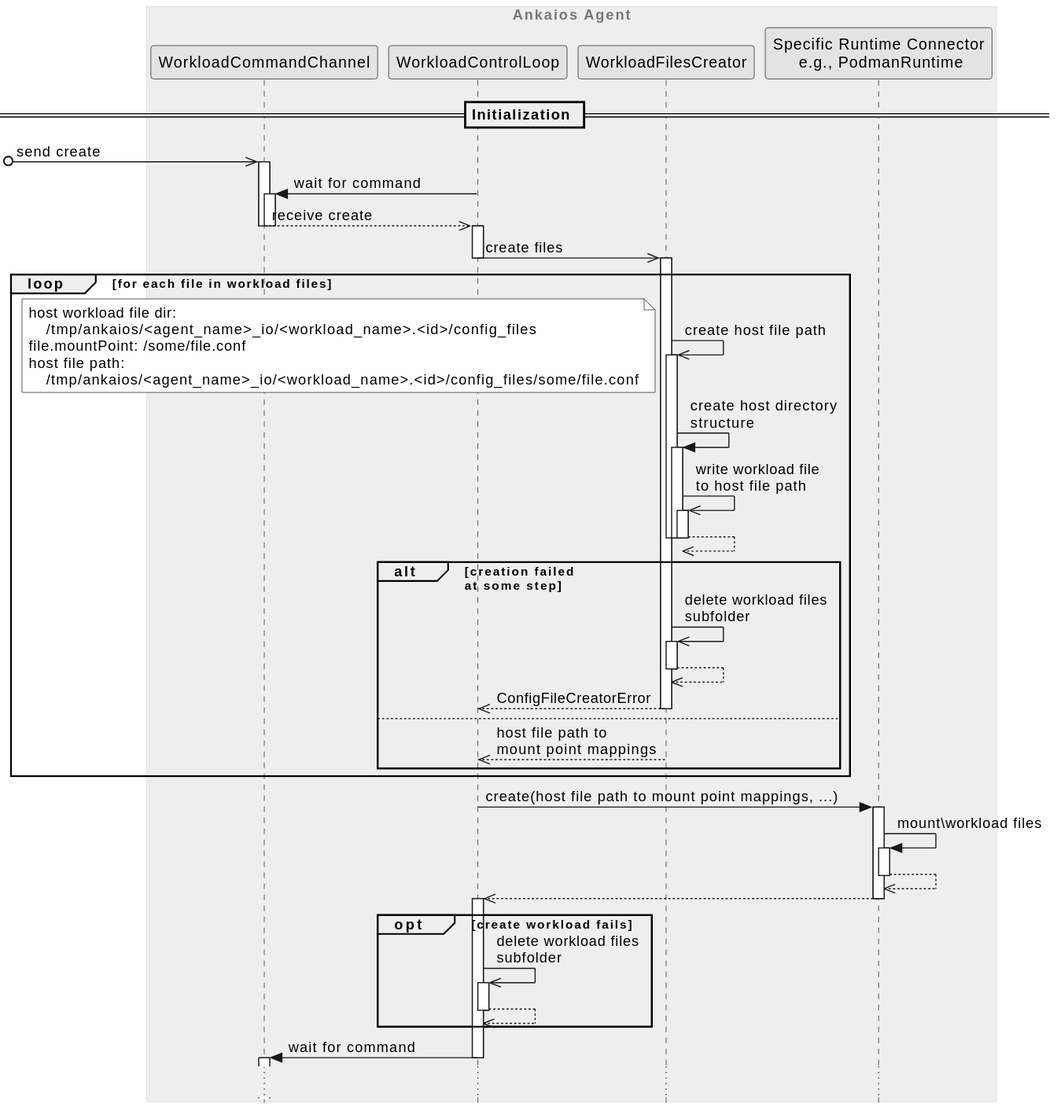
eclipse-ankaios/ankaios keeps this PlantUML diagram as agent/doc/swdesign/plantuml/seq_workload_files.svg. Above is the earlier version.
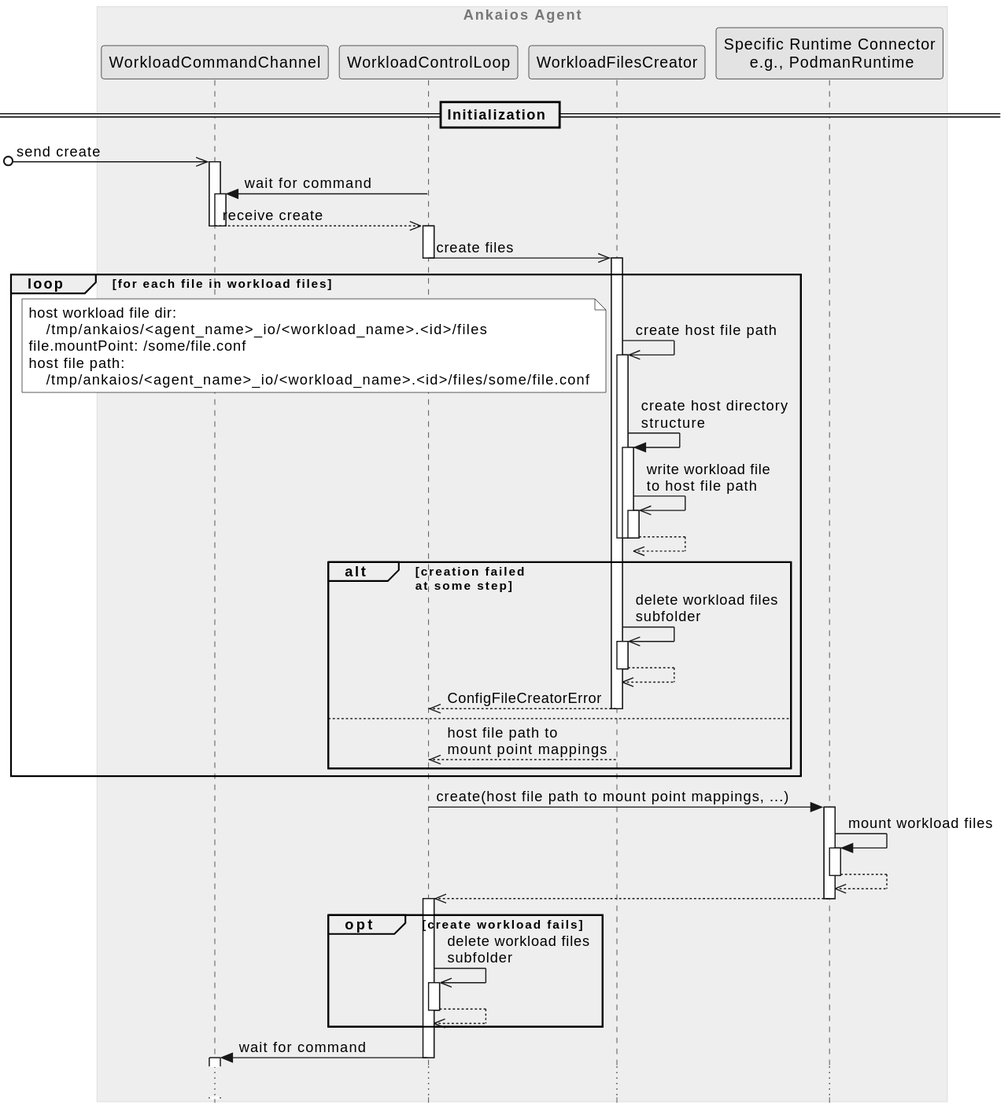
After the change.

Change to the diagram source:
```diff
@@ -4,7 +4,7 @@
 box "Ankaios Agent"
     participant "WorkloadCommandChannel" as workload_command
     participant "WorkloadControlLoop" as workload_control_loop
-    participant "WorkloadFilesCreator" as config_files_creator
+    participant "WorkloadFilesCreator" as workload_files_creator
     participant "Specific Runtime Connector\n e.g., PodmanRuntime" as runtime
 end box
 
@@ -13,31 +13,31 @@
 workload_control_loop -> workload_command++: wait for command
 workload_command -->> workload_control_loop --++: receive create
 deactivate workload_command
-workload_control_loop ->> config_files_creator --++: create files
+workload_control_loop ->> workload_files_creator --++: create files
 loop for each file in workload files
-    config_files_creator ->> config_files_creator++: create host file path
+    workload_files_creator ->> workload_files_creator++: create host file path
     note left
         host workload file dir:
-            /tmp/ankaios/<agent_name>_io/<workload_name>.<id>/config_files
+            /tmp/ankaios/<agent_name>_io/<workload_name>.<id>/files
         file.mountPoint: /some/file.conf
         host file path:
-            /tmp/ankaios/<agent_name>_io/<workload_name>.<id>/config_files/some/file.conf
+            /tmp/ankaios/<agent_name>_io/<workload_name>.<id>/files/some/file.conf
     end note
-    config_files_creator -> config_files_creator++: create host directory\nstructure
-    config_files_creator ->> config_files_creator++: write workload file\nto host file path
-    config_files_creator -->> config_files_creator--
-    deactivate config_files_creator
-    deactivate config_files_creator
+    workload_files_creator -> workload_files_creator++: create host directory\nstructure
+    workload_files_creator ->> workload_files_creator++: write workload file\nto host file path
+    workload_files_creator -->> workload_files_creator--
+    deactivate workload_files_creator
+    deactivate workload_files_creator
     alt creation failed\nat some step
-        config_files_creator ->> config_files_creator++: delete workload files\nsubfolder
-        config_files_creator -->> config_files_creator--
-        config_files_creator -->> workload_control_loop--: ConfigFileCreatorError
+        workload_files_creator ->> workload_files_creator++: delete workload files\nsubfolder
+        workload_files_creator -->> workload_files_creator--
+        workload_files_creator -->> workload_control_loop--: ConfigFileCreatorError
     else
-        config_files_creator -->> workload_control_loop--: host file path to\nmount point mappings
+        workload_files_creator -->> workload_control_loop--: host file path to\nmount point mappings
     end
 end
 workload_control_loop -> runtime ++: create(host file path to mount point mappings, ...)
-runtime -> runtime++: mount\workload files
+runtime -> runtime++: mount workload files
 runtime -->> runtime--
 runtime -->> workload_control_loop--++
 opt create workload fails
```
